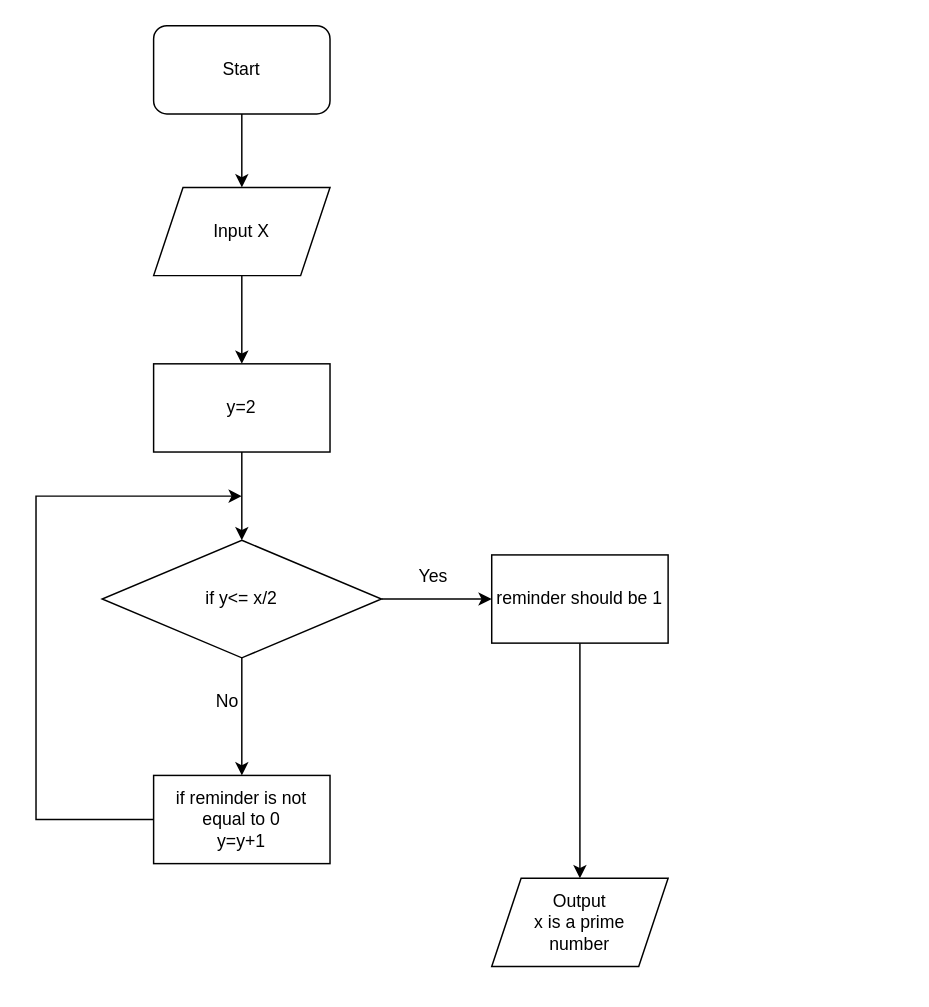
The draw.io diagram Lab 2/prime number.drawio in Vithun93/LABS-New, before the edit. Source tidied: cells renumbered, new cells numbered last; positions are measured from the earlier drawing's top-left corner, leaving out a move shared by most shapes. Both pictures are drawn from the tidied source at 147%, with x=0, y=0 at pixel (35, 25).
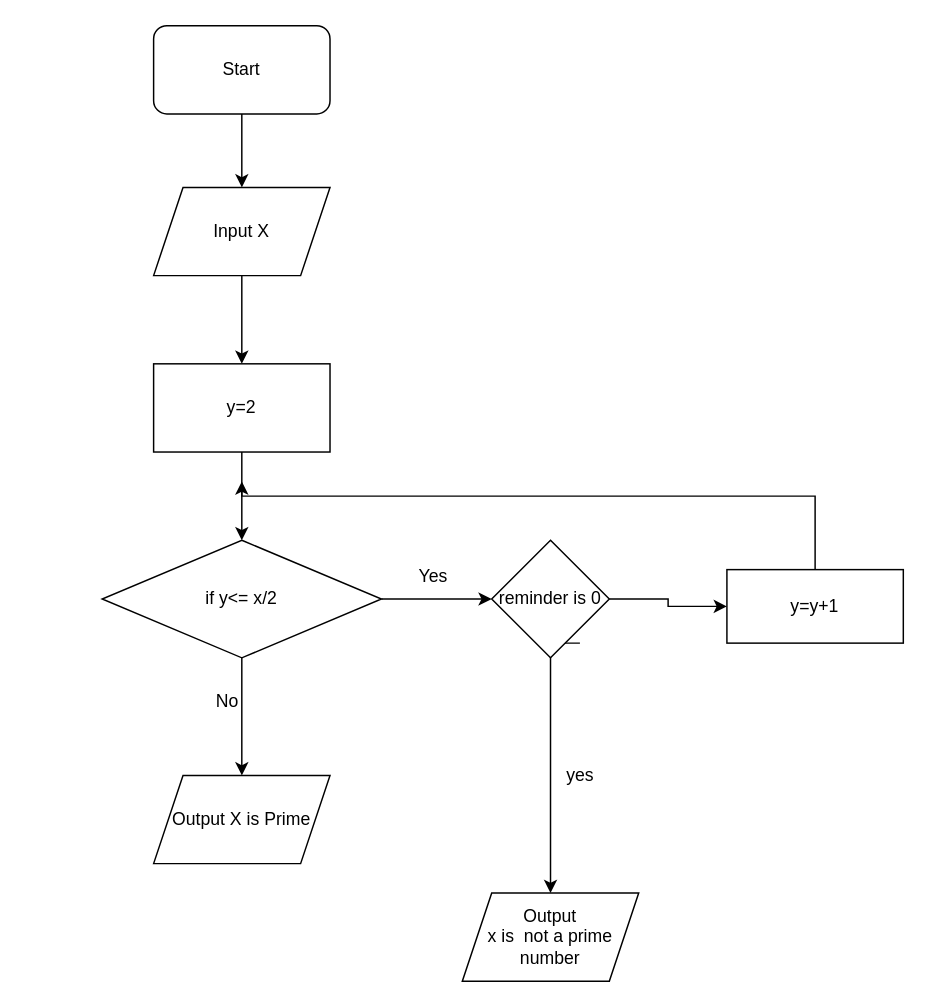
Above is the later version.

Diff of the diagram source:
```diff
@@
-    <mxCell id="12" style="edgeStyle=orthogonalEdgeStyle;rounded=0;jettySize=auto;html=1;exitX=0.5;exitY=1;exitDx=0;exitDy=0;" parent="1" edge="1" source="13" target="17">
-      <mxGeometry relative="1" as="geometry" />
+    <mxCell id="12" style="edgeStyle=orthogonalEdgeStyle;rounded=0;jettySize=auto;html=1;exitX=0.5;exitY=1;exitDx=0;exitDy=0;" parent="1" edge="1" target="17">
+      <mxGeometry relative="1" as="geometry">
+        <mxPoint x="370" y="420" as="sourcePoint" />
+        <Array as="points">
+          <mxPoint x="350" y="420" />
+        </Array>
+      </mxGeometry>
     </mxCell>
-    <mxCell id="13" value="reminder should be 1" style="rounded=0;whiteSpace=wrap;html=1;" parent="1" vertex="1">
-      <mxGeometry x="310" y="360" width="120" height="60" as="geometry" />
-    </mxCell>
@@
-    <mxCell id="15" style="edgeStyle=orthogonalEdgeStyle;rounded=0;jettySize=auto;html=1;exitX=0;exitY=0.5;exitDx=0;exitDy=0;" parent="1" edge="1" source="16">
-      <mxGeometry relative="1" as="geometry">
-        <mxPoint x="140" y="320" as="targetPoint" />
-        <Array as="points">
-          <mxPoint y="540" />
-          <mxPoint y="320" />
-        </Array>
-      </mxGeometry>
-    </mxCell>
-    <mxCell id="16" value="if reminder is not equal to 0&lt;br&gt;y=y+1" style="rounded=0;whiteSpace=wrap;html=1;" parent="1" vertex="1">
-      <mxGeometry x="80" y="510" width="120" height="60" as="geometry" />
-    </mxCell>
-    <mxCell id="17" value="Output&lt;br&gt;x is a prime &lt;br&gt;number" style="shape=parallelogram;perimeter=parallelogramPerimeter;whiteSpace=wrap;html=1;fixedSize=1;" parent="1" vertex="1">
-      <mxGeometry x="310" y="580" width="120" height="60" as="geometry" />
+    <mxCell id="17" value="Output&lt;br&gt;x is&amp;nbsp; not a prime &lt;br&gt;number" style="shape=parallelogram;perimeter=parallelogramPerimeter;whiteSpace=wrap;html=1;fixedSize=1;" parent="1" vertex="1">
+      <mxGeometry x="290" y="590" width="120" height="60" as="geometry" />
     </mxCell>
+    <mxCell id="18" value="Output X is Prime" style="shape=parallelogram;perimeter=parallelogramPerimeter;whiteSpace=wrap;html=1;fixedSize=1;" parent="1" vertex="1">
+      <mxGeometry x="80" y="510" width="120" height="60" as="geometry" />
+    </mxCell>
+    <mxCell id="19" style="edgeStyle=orthogonalEdgeStyle;rounded=0;jettySize=auto;html=1;exitX=1;exitY=0.5;exitDx=0;exitDy=0;" parent="1" edge="1" source="20" target="23">
+      <mxGeometry relative="1" as="geometry" />
+    </mxCell>
+    <mxCell id="20" value="reminder is 0" style="rhombus;whiteSpace=wrap;html=1;" parent="1" vertex="1">
+      <mxGeometry x="310" y="350" width="80" height="80" as="geometry" />
+    </mxCell>
+    <mxCell id="21" value="yes" style="text;html=1;align=center;verticalAlign=middle;strokeColor=none;fillColor=none;" parent="1" vertex="1">
+      <mxGeometry x="350" y="495" width="40" height="30" as="geometry" />
+    </mxCell>
+    <mxCell id="22" style="edgeStyle=orthogonalEdgeStyle;rounded=0;jettySize=auto;html=1;" parent="1" edge="1" source="23">
+      <mxGeometry relative="1" as="geometry">
+        <mxPoint x="140" y="310" as="targetPoint" />
+        <Array as="points">
+          <mxPoint x="530" y="320" />
+        </Array>
+      </mxGeometry>
+    </mxCell>
+    <mxCell id="23" value="y=y+1" style="rounded=0;whiteSpace=wrap;html=1;" parent="1" vertex="1">
+      <mxGeometry x="470" y="370" width="120" height="50" as="geometry" />
+    </mxCell>
```
